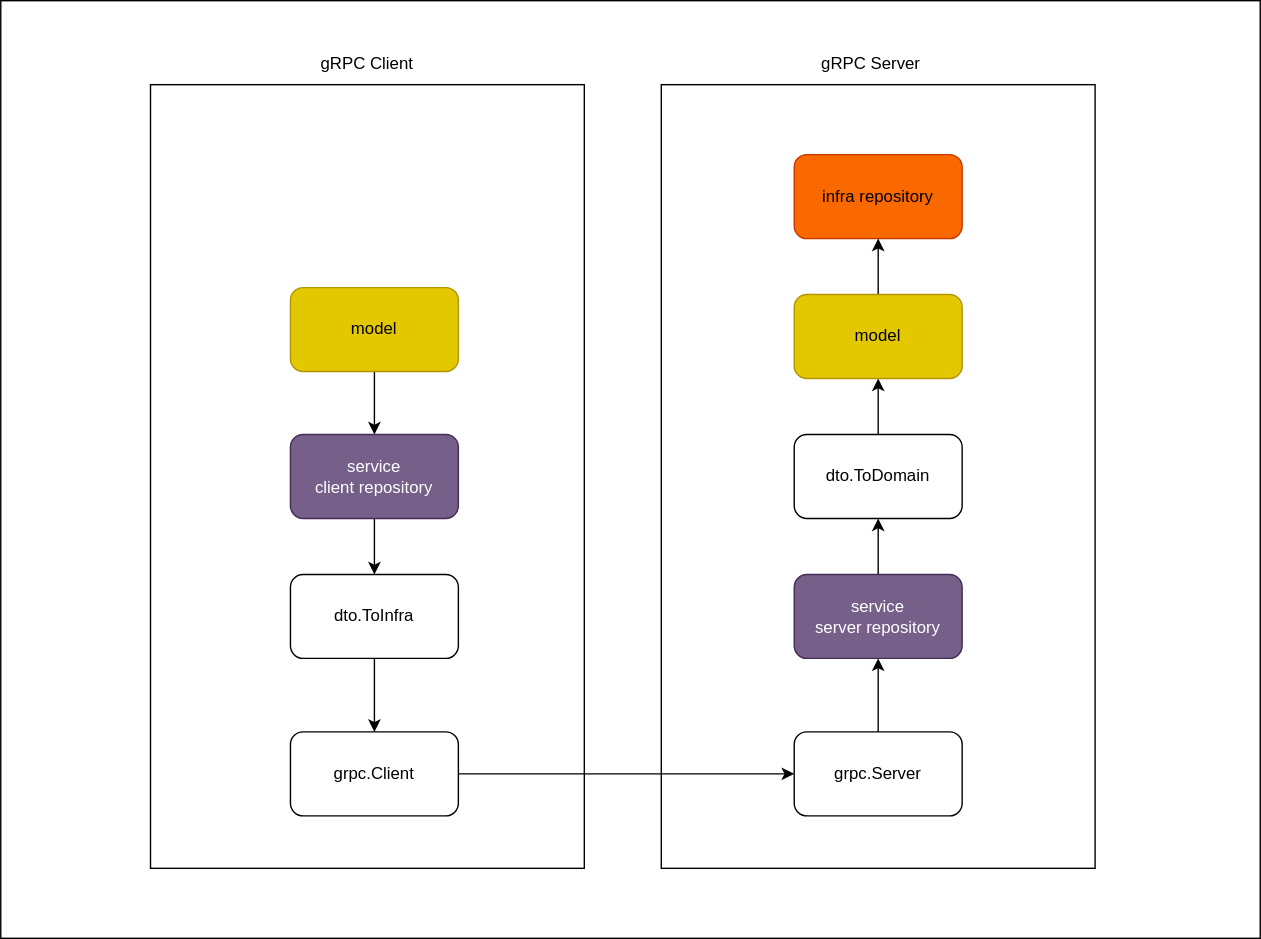
Earlier version of the draw.io export docs/graph.drawio.svg (yamagame/s3-grpc-server). Source tidied: cells renumbered, new cells last; positions are measured from the earlier drawing's top-left corner, leaving out a move shared by most shapes.
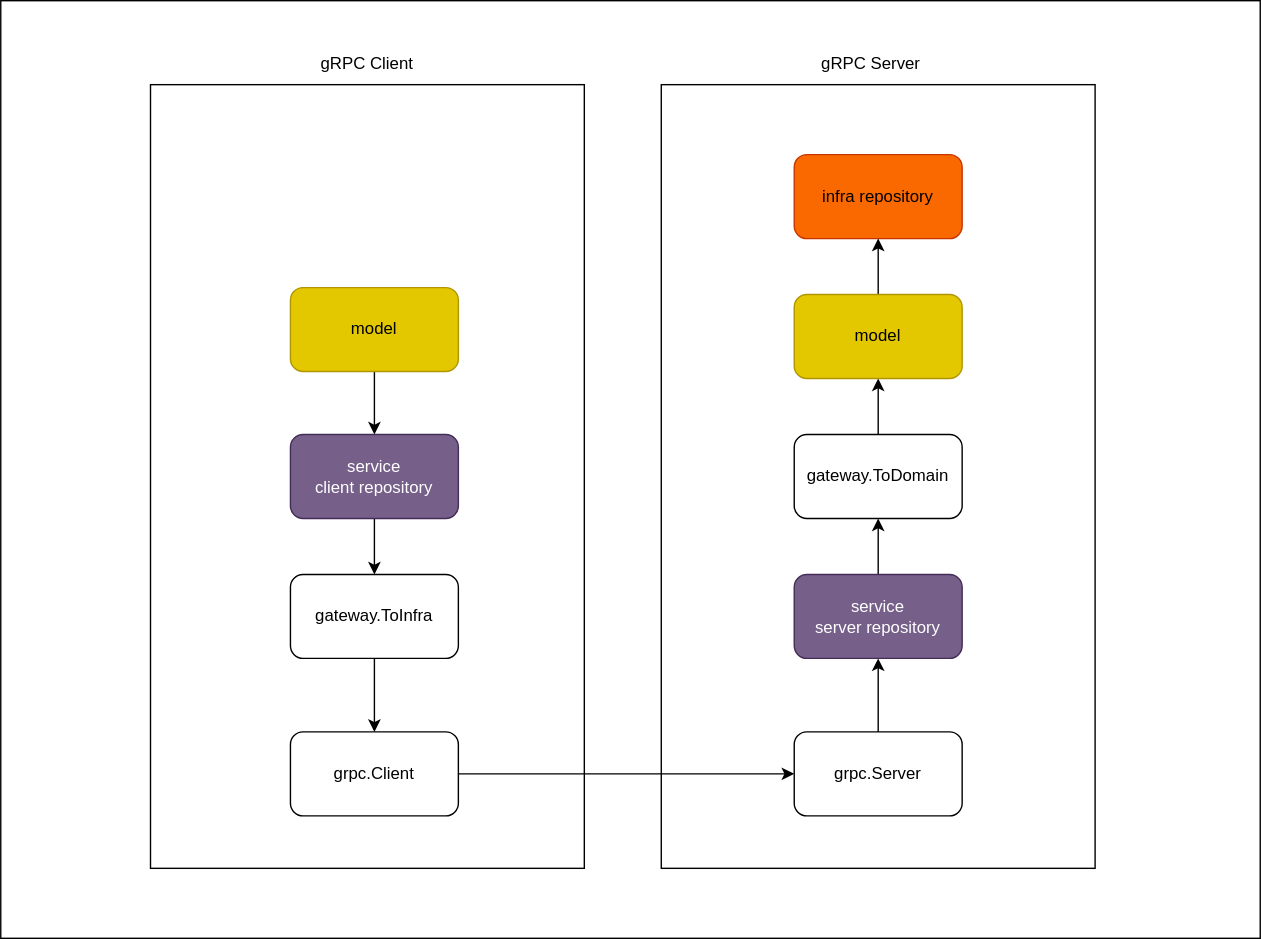
The same diagram one commit later.

What changed in the source:
```diff
@@ -26,13 +26,13 @@
     <mxCell id="9" style="edgeStyle=none;html=1;entryX=0.5;entryY=0;entryDx=0;entryDy=0;" parent="1" edge="1" source="10" target="14">
       <mxGeometry relative="1" as="geometry" />
     </mxCell>
-    <mxCell id="10" value="dto.ToInfra" style="rounded=1;whiteSpace=wrap;html=1;" parent="1" vertex="1">
+    <mxCell id="10" value="gateway.ToInfra" style="rounded=1;whiteSpace=wrap;html=1;" parent="1" vertex="1">
       <mxGeometry x="207" y="410" width="120" height="60" as="geometry" />
     </mxCell>
     <mxCell id="11" style="edgeStyle=none;html=1;" parent="1" edge="1" source="12" target="21">
       <mxGeometry relative="1" as="geometry" />
     </mxCell>
-    <mxCell id="12" value="dto.ToDomain" style="rounded=1;whiteSpace=wrap;html=1;" parent="1" vertex="1">
+    <mxCell id="12" value="gateway.ToDomain" style="rounded=1;whiteSpace=wrap;html=1;" parent="1" vertex="1">
       <mxGeometry x="567" y="310" width="120" height="60" as="geometry" />
     </mxCell>
     <mxCell id="13" style="edgeStyle=none;html=1;" parent="1" edge="1" source="14" target="16">
```
